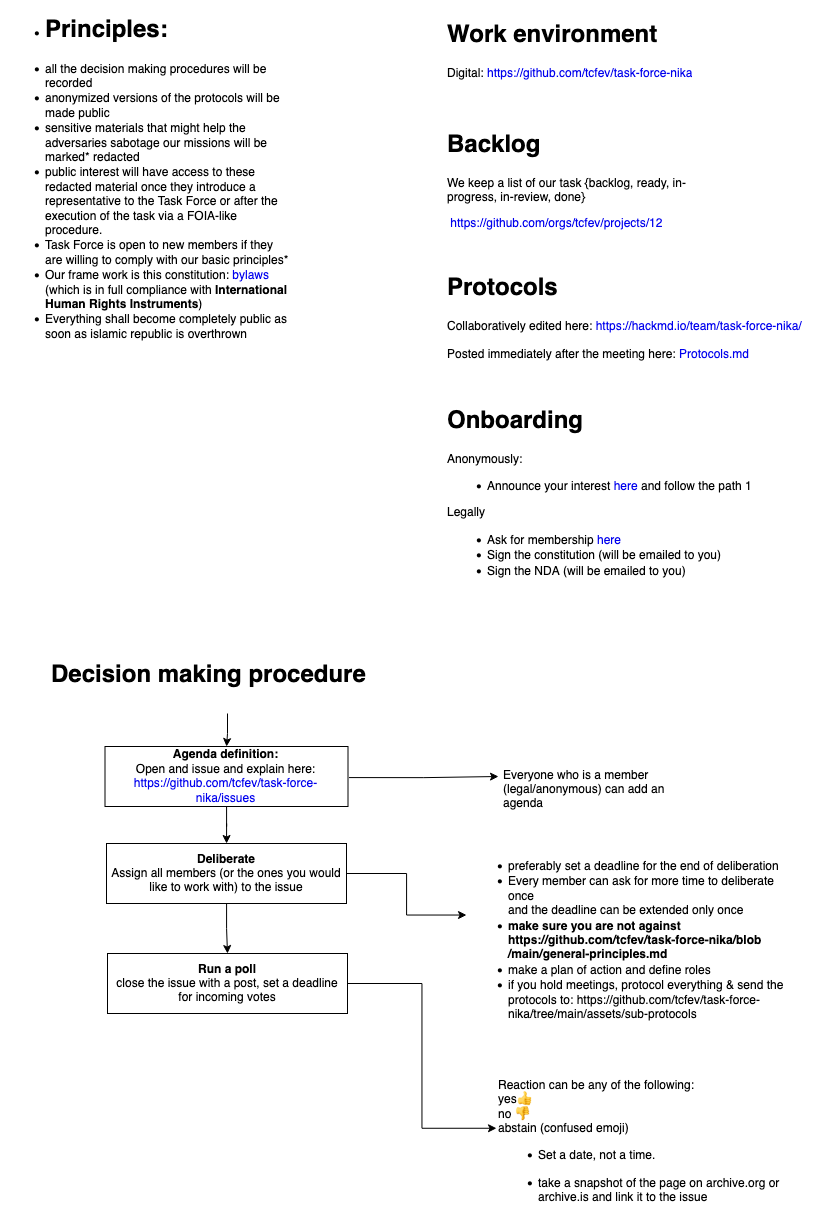
This is assets/transparency-protocol.drawio.png from tcfev/task-force-nika, a draw.io export, as it was before one commit. Source tidied: cells renumbered, new cells last; positions are measured from the earlier drawing's top-left corner, leaving out a move shared by most shapes.
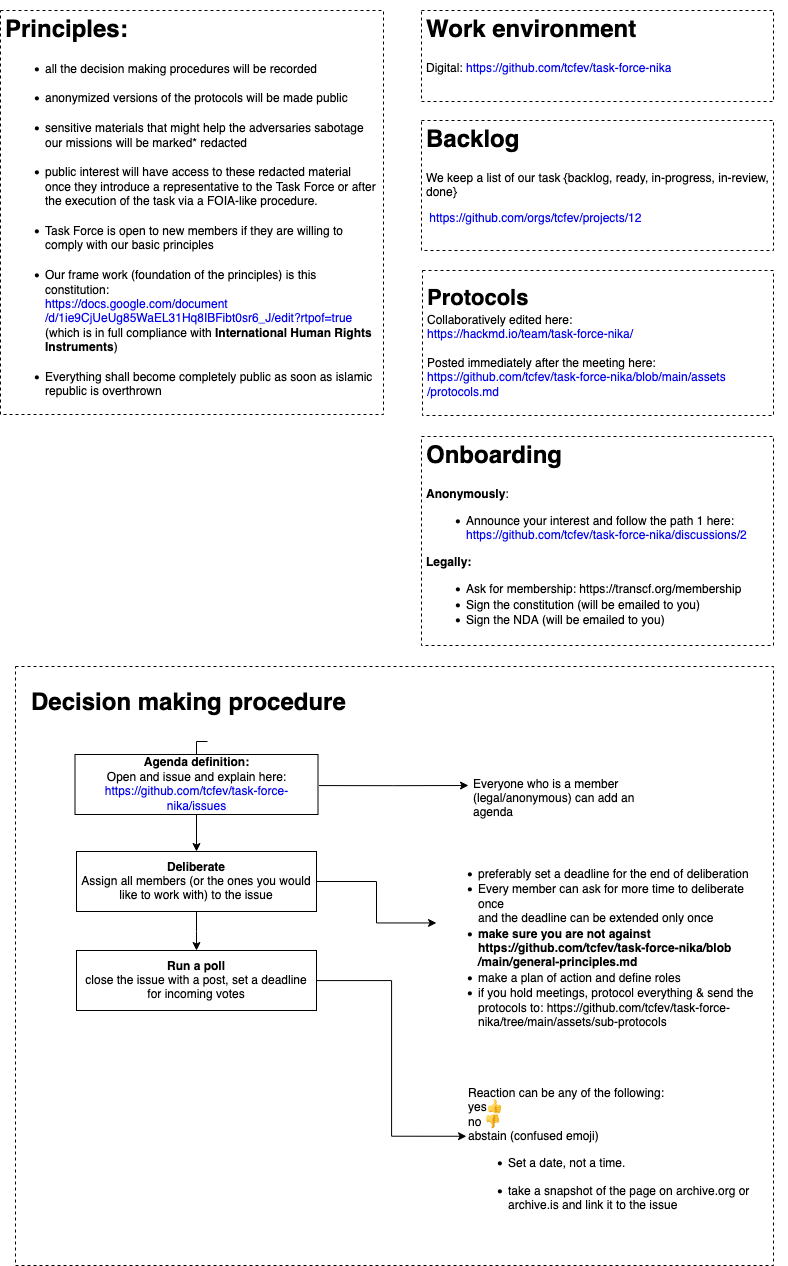
Later version of the same file.

Commit message:
transparency-protocol.drawio.png ordered blocks

The edit, as a diff of the source:
```diff
@@ -2,61 +2,67 @@
   <root>
     <mxCell id="0" />
     <mxCell id="1" parent="0" />
-    <mxCell id="2" value="&lt;ul&gt;&lt;li&gt;&lt;h1 align=&quot;justify&quot;&gt;Principles:&lt;br&gt;&lt;/h1&gt;&lt;/li&gt;&lt;li&gt;all the decision making procedures will be recorded&lt;/li&gt;&lt;li&gt;anonymized versions of the protocols will be made public&lt;/li&gt;&lt;li&gt;sensitive materials that might help the adversaries sabotage our missions will be marked* redacted&lt;/li&gt;&lt;li&gt;public interest will have access to these redacted material once they introduce a representative to the Task Force or after the execution of the task via a FOIA-like procedure. &lt;br&gt;&lt;/li&gt;&lt;li&gt;Task Force is open to new members if they are willing to comply with our basic principles*&lt;/li&gt;&lt;li&gt;Our frame work is this constitution: &lt;a href=&quot;https://docs.google.com/document/d/1ie9CjUeUg85WaEL31Hq8IBFibt0sr6_J/edit?usp=share_link&amp;amp;ouid=103873014010967953191&amp;amp;rtpof=true&amp;amp;sd=true&quot;&gt;bylaws&lt;/a&gt; (which is in full compliance with &lt;b&gt;International Human Rights Instruments&lt;/b&gt;)&lt;br&gt;&lt;/li&gt;&lt;li&gt;Everything shall become completely public as soon as islamic republic is overthrown&lt;br&gt;&lt;br&gt;&lt;/li&gt;&lt;/ul&gt;" style="text;html=1;strokeColor=none;fillColor=none;spacing=5;spacingTop=-20;whiteSpace=wrap;overflow=hidden;rounded=0;" parent="1" vertex="1">
-      <mxGeometry width="295" height="450" as="geometry" />
+    <mxCell id="2" value="&lt;h1 align=&quot;justify&quot;&gt;Principles:&lt;br&gt;&lt;/h1&gt;&lt;ul&gt;&lt;li&gt;all the decision making procedures will be recorded&lt;br&gt;&lt;br&gt;&lt;/li&gt;&lt;li&gt;anonymized versions of the protocols will be made public&lt;br&gt;&lt;br&gt;&lt;/li&gt;&lt;li&gt;sensitive materials that might help the adversaries sabotage our missions will be marked* redacted&lt;br&gt;&lt;br&gt;&lt;/li&gt;&lt;li&gt;public interest will have access to these redacted material once they introduce a representative to the Task Force or after the execution of the task via a FOIA-like procedure. &lt;br&gt;&lt;br&gt;&lt;/li&gt;&lt;li&gt;Task Force is open to new members if they are willing to comply with our basic principles&lt;br&gt;&lt;br&gt;&lt;/li&gt;&lt;li&gt;Our frame work (foundation of the principles) is this constitution:&lt;a href=&quot;https://docs.google.com/document/d/1ie9CjUeUg85WaEL31Hq8IBFibt0sr6_J/edit?rtpof=true&quot;&gt;&lt;br&gt;https://docs.google.com/document/d/1ie9CjUeUg85WaEL31Hq8IBFibt0sr6_J/edit?rtpof=true&lt;/a&gt; (which is in full compliance with &lt;b&gt;International Human Rights Instruments&lt;/b&gt;)&lt;br&gt;&lt;br&gt;&lt;/li&gt;&lt;li&gt;Everything shall become completely public as soon as islamic republic is overthrown&lt;br&gt;&lt;br&gt;&lt;/li&gt;&lt;/ul&gt;" style="text;html=1;strokeColor=default;fillColor=none;spacing=5;spacingTop=-20;whiteSpace=wrap;overflow=hidden;rounded=0;dashed=1;" parent="1" vertex="1">
+      <mxGeometry x="-2" width="383" height="404" as="geometry" />
     </mxCell>
-    <mxCell id="3" value="&lt;h1&gt;Work environment&lt;br&gt;&lt;/h1&gt;&lt;p&gt;Digital: &lt;a href=&quot;https://github.com/tcfev/task-force-nika&quot;&gt;https://github.com/tcfev/task-force-nika&lt;/a&gt;&lt;/p&gt;&lt;p&gt;&lt;br&gt;&lt;/p&gt;" style="text;html=1;strokeColor=none;fillColor=none;spacing=5;spacingTop=-20;whiteSpace=wrap;overflow=hidden;rounded=0;" parent="1" vertex="1">
-      <mxGeometry x="442" y="5" width="288" height="91" as="geometry" />
+    <mxCell id="3" value="&lt;h1&gt;Work environment&lt;br&gt;&lt;/h1&gt;&lt;p&gt;Digital: &lt;a href=&quot;https://github.com/tcfev/task-force-nika&quot;&gt;https://github.com/tcfev/task-force-nika&lt;/a&gt;&lt;/p&gt;&lt;p&gt;&lt;br&gt;&lt;/p&gt;" style="text;html=1;strokeColor=default;fillColor=none;spacing=5;spacingTop=-20;whiteSpace=wrap;overflow=hidden;rounded=0;dashed=1;" parent="1" vertex="1">
+      <mxGeometry x="419" width="352" height="91" as="geometry" />
     </mxCell>
-    <mxCell id="4" value="&lt;h1&gt;Backlog&lt;/h1&gt;&lt;div&gt;We keep a list of our task {backlog, ready, in-progress, in-review, done}&lt;br&gt;&lt;/div&gt;&lt;p&gt;&amp;nbsp;&lt;a href=&quot;https://github.com/tcfev/task-force-nika&quot;&gt;https://github.com/orgs/tcfev/projects/12&lt;/a&gt;&lt;/p&gt;&lt;p&gt;&lt;br&gt;&lt;/p&gt;" style="text;html=1;strokeColor=none;fillColor=none;spacing=5;spacingTop=-20;whiteSpace=wrap;overflow=hidden;rounded=0;" parent="1" vertex="1">
-      <mxGeometry x="442" y="115" width="288" height="130" as="geometry" />
+    <mxCell id="4" value="&lt;h1&gt;Backlog&lt;/h1&gt;&lt;div&gt;We keep a list of our task {backlog, ready, in-progress, in-review, done}&lt;br&gt;&lt;/div&gt;&lt;p&gt;&amp;nbsp;&lt;a href=&quot;https://github.com/tcfev/task-force-nika&quot;&gt;https://github.com/orgs/tcfev/projects/12&lt;/a&gt;&lt;/p&gt;&lt;p&gt;&lt;br&gt;&lt;/p&gt;" style="text;html=1;strokeColor=default;fillColor=none;spacing=5;spacingTop=-20;whiteSpace=wrap;overflow=hidden;rounded=0;dashed=1;" parent="1" vertex="1">
+      <mxGeometry x="419" y="110" width="352" height="130" as="geometry" />
     </mxCell>
-    <mxCell id="5" value="&lt;h1&gt;Protocols&lt;/h1&gt;&lt;div&gt;Collaboratively edited here: &lt;a href=&quot;https://hackmd.io/team/task-force-nika/&quot;&gt;https://hackmd.io/team/task-force-nika/&lt;/a&gt;&lt;br&gt;&lt;/div&gt;&lt;div&gt;&lt;br&gt;&lt;/div&gt;&lt;div&gt;Posted immediately after the meeting here: &lt;a href=&quot;https://github.com/tcfev/task-force-nika/blob/main/assets/protocols.md&quot;&gt;Protocols.md&lt;/a&gt;&lt;/div&gt;&lt;p&gt;&lt;br&gt;&lt;/p&gt;&lt;div&gt;&lt;br&gt;&lt;/div&gt;&lt;div&gt;&lt;br&gt;&lt;/div&gt;" style="text;html=1;strokeColor=none;fillColor=none;spacing=5;spacingTop=-20;whiteSpace=wrap;overflow=hidden;rounded=0;" parent="1" vertex="1">
-      <mxGeometry x="442" y="258" width="384" height="120" as="geometry" />
-    </mxCell>
-    <mxCell id="6" value="&lt;h1&gt;Onboarding&lt;/h1&gt;Anonymously:&lt;br&gt;&lt;ul&gt;&lt;li&gt;Announce your interest &lt;a href=&quot;https://github.com/tcfev/task-force-nika/discussions/2&quot;&gt;here&lt;/a&gt; and follow the path 1&lt;/li&gt;&lt;/ul&gt;Legally&lt;br&gt;&lt;ul&gt;&lt;li&gt;Ask for membership &lt;a href=&quot;https://transcf.org/membership&quot;&gt;here &lt;br&gt;&lt;/a&gt;&lt;/li&gt;&lt;li&gt;Sign the constitution (will be emailed to you)&lt;/li&gt;&lt;li&gt;Sign the NDA (will be emailed to you)&lt;br&gt;&lt;/li&gt;&lt;/ul&gt;" style="text;html=1;strokeColor=none;fillColor=none;spacing=5;spacingTop=-20;whiteSpace=wrap;overflow=hidden;rounded=0;" parent="1" vertex="1">
-      <mxGeometry x="442" y="391" width="352" height="226" as="geometry" />
+    <mxCell id="6" value="&lt;h1&gt;Onboarding&lt;/h1&gt;&lt;b&gt;Anonymously&lt;/b&gt;:&lt;br&gt;&lt;ul&gt;&lt;li&gt;Announce your interest and follow the path 1 here: &lt;a href=&quot;https://github.com/tcfev/task-force-nika/discussions/2&quot;&gt;https://github.com/tcfev/task-force-nika/discussions/2&lt;/a&gt;&lt;/li&gt;&lt;/ul&gt;&lt;b&gt;Legally:&lt;/b&gt;&lt;br&gt;&lt;ul&gt;&lt;li&gt;Ask for membership: &lt;a href=&quot;https://transcf.org/membership&quot;&gt;&lt;/a&gt;&lt;a&gt;https://transcf.org/membership&lt;/a&gt;&lt;br&gt;&lt;/li&gt;&lt;li&gt;Sign the constitution (will be emailed to you)&lt;/li&gt;&lt;li&gt;Sign the NDA (will be emailed to you)&lt;br&gt;&lt;/li&gt;&lt;/ul&gt;" style="text;html=1;strokeColor=default;fillColor=none;spacing=5;spacingTop=-20;whiteSpace=wrap;overflow=hidden;rounded=0;dashed=1;" parent="1" vertex="1">
+      <mxGeometry x="419" y="426" width="352" height="209" as="geometry" />
     </mxCell>
-    <mxCell id="7" style="edgeStyle=orthogonalEdgeStyle;rounded=0;jettySize=auto;html=1;" parent="1" edge="1" source="8" target="11">
-      <mxGeometry relative="1" as="geometry" />
-    </mxCell>
+    <mxCell id="20" value="&lt;div&gt;&lt;font size=&quot;1&quot;&gt;&lt;b style=&quot;font-size: 22px;&quot;&gt;&lt;br&gt;&lt;/b&gt;&lt;/font&gt;&lt;/div&gt;&lt;div&gt;&lt;font size=&quot;1&quot;&gt;&lt;b style=&quot;font-size: 22px;&quot;&gt;Protocols&lt;/b&gt;&lt;/font&gt; &lt;/div&gt;&lt;div&gt;Collaboratively edited here: &lt;br&gt;&lt;/div&gt;&lt;div&gt;&lt;a href=&quot;https://hackmd.io/team/task-force-nika/&quot;&gt;https://hackmd.io/team/task-force-nika/&amp;nbsp; &lt;br&gt;&lt;/a&gt;&lt;/div&gt;&lt;div&gt;&lt;br&gt;&lt;/div&gt;&lt;div&gt;Posted immediately after the meeting here:&lt;/div&gt;&lt;div&gt;&lt;a href=&quot;https://github.com/tcfev/task-force-nika/blob/main/assets/protocols.md&quot;&gt;https://github.com/tcfev/task-force-nika/blob/main/assets/protocols.md&lt;/a&gt;&lt;br&gt;&lt;/div&gt;" style="text;html=1;strokeColor=default;fillColor=none;spacing=5;spacingTop=-20;whiteSpace=wrap;overflow=hidden;rounded=0;dashed=1;" parent="1" vertex="1">
+      <mxGeometry x="420" y="260" width="351" height="145" as="geometry" />
+    </mxCell>
+    <mxCell id="21" style="group;" parent="1" vertex="1">
+      <mxGeometry x="6" y="656" width="779" height="599" as="geometry" />
+    </mxCell>
+    <mxCell id="22" style="rounded=0;whiteSpace=wrap;html=1;dashed=1;strokeColor=default;fontSize=22;fillColor=none;" parent="21" vertex="1">
+      <mxGeometry x="7" width="758" height="599" as="geometry" />
+    </mxCell>
-    <mxCell id="8" value="&lt;h1&gt;Decision making procedure&lt;br&gt;&lt;/h1&gt;&lt;p&gt;&lt;br&gt;&lt;/p&gt;" style="text;html=1;strokeColor=none;fillColor=none;spacing=5;spacingTop=-20;whiteSpace=wrap;overflow=hidden;rounded=0;" parent="1" vertex="1">
-      <mxGeometry x="46" y="645" width="362" height="58" as="geometry" />
+    <mxCell id="8" value="&lt;h1&gt;Decision making procedure&lt;br&gt;&lt;/h1&gt;&lt;p&gt;&lt;br&gt;&lt;/p&gt;" style="text;html=1;strokeColor=none;fillColor=none;spacing=5;spacingTop=-20;whiteSpace=wrap;overflow=hidden;rounded=0;" parent="21" vertex="1">
+      <mxGeometry x="18" y="17" width="362" height="58" as="geometry" />
     </mxCell>
-    <mxCell id="9" style="edgeStyle=orthogonalEdgeStyle;rounded=0;jettySize=auto;html=1;" parent="1" edge="1" source="11" target="14">
-      <mxGeometry relative="1" as="geometry" />
-    </mxCell>
-    <mxCell id="10" style="edgeStyle=orthogonalEdgeStyle;rounded=0;jettySize=auto;html=1;entryX=0;entryY=0.5;entryDx=0;entryDy=0;" parent="1" edge="1" target="15">
+    <mxCell id="10" style="edgeStyle=orthogonalEdgeStyle;rounded=0;jettySize=auto;html=1;entryX=0;entryY=0.5;entryDx=0;entryDy=0;" parent="21" edge="1" target="15">
       <mxGeometry relative="1" as="geometry">
-        <mxPoint x="348.5" y="767.1" as="sourcePoint" />
+        <mxPoint x="310.5" y="119.1" as="sourcePoint" />
       </mxGeometry>
     </mxCell>
-    <mxCell id="11" value="&lt;b&gt;Agenda definition: &lt;/b&gt;&lt;br&gt;Open and issue and explain here:&lt;br&gt;&lt;a href=&quot;https://github.com/tcfev/task-force-nika/issues&quot;&gt;https://github.com/tcfev/task-force-nika/issues&lt;/a&gt;" style="whiteSpace=wrap;html=1;" parent="1" vertex="1">
-      <mxGeometry x="104.5" y="736" width="243" height="60" as="geometry" />
+    <mxCell id="11" value="&lt;b&gt;Agenda definition: &lt;/b&gt;&lt;br&gt;Open and issue and explain here:&lt;br&gt;&lt;a href=&quot;https://github.com/tcfev/task-force-nika/issues&quot;&gt;https://github.com/tcfev/task-force-nika/issues&lt;/a&gt;" style="whiteSpace=wrap;html=1;" parent="21" vertex="1">
+      <mxGeometry x="66.5" y="88" width="243" height="60" as="geometry" />
     </mxCell>
+    <mxCell id="7" style="edgeStyle=orthogonalEdgeStyle;rounded=0;jettySize=auto;html=1;exitX=0.5;exitY=1;exitDx=0;exitDy=0;entryX=0.5;entryY=0;entryDx=0;entryDy=0;fontSize=22;endArrow=none;endFill=0;" parent="21" edge="1" source="8" target="11">
+      <mxGeometry relative="1" as="geometry" />
+    </mxCell>
+    <mxCell id="14" value="&lt;b&gt;Deliberate &lt;/b&gt;&lt;br&gt;Assign all members (or the ones you would like to work with) to the issue" style="whiteSpace=wrap;html=1;" parent="21" vertex="1">
+      <mxGeometry x="68" y="185" width="240" height="60" as="geometry" />
+    </mxCell>
+    <mxCell id="9" style="edgeStyle=orthogonalEdgeStyle;rounded=0;jettySize=auto;html=1;" parent="21" edge="1" source="11" target="14">
+      <mxGeometry relative="1" as="geometry" />
+    </mxCell>
+    <mxCell id="15" value="&lt;h1&gt;&lt;br&gt;&lt;/h1&gt;&lt;p&gt;Everyone who is a member (legal/anonymous) can add an agenda&lt;/p&gt;&lt;p&gt;&lt;br&gt;&lt;/p&gt;" style="text;html=1;strokeColor=none;fillColor=none;spacing=5;spacingTop=-20;whiteSpace=wrap;overflow=hidden;rounded=0;" parent="21" vertex="1">
+      <mxGeometry x="460" y="59.5" width="190" height="119" as="geometry" />
+    </mxCell>
+    <mxCell id="17" value="&lt;div&gt;&lt;b&gt;Run a poll&lt;br&gt;&lt;/b&gt;&lt;/div&gt;&lt;div&gt;close the issue with a post, set a deadline for incoming votes&lt;br&gt;&lt;/div&gt;" style="whiteSpace=wrap;html=1;" parent="21" vertex="1">
+      <mxGeometry x="68" y="284" width="240" height="60" as="geometry" />
+    </mxCell>
+    <mxCell id="13" style="edgeStyle=orthogonalEdgeStyle;rounded=0;jettySize=auto;html=1;entryX=0.5;entryY=0;entryDx=0;entryDy=0;" parent="21" edge="1" source="14" target="17">
+      <mxGeometry relative="1" as="geometry" />
+    </mxCell>
+    <mxCell id="18" value="&lt;h1&gt;&lt;br&gt;&lt;/h1&gt;&lt;ul&gt;&lt;li&gt;preferably set a deadline for the end of deliberation&lt;/li&gt;&lt;li&gt;Every member can ask for more time to deliberate once&lt;br&gt;&lt;div&gt;and the deadline can be extended only once&lt;/div&gt;&lt;/li&gt;&lt;li&gt;&lt;b&gt;make sure you are not against https://github.com/tcfev/task-force-nika/blob/main/general-principles.md&lt;/b&gt;&lt;br&gt;&lt;/li&gt;&lt;li&gt;make a plan of action and define roles&lt;/li&gt;&lt;li&gt;if you hold meetings, protocol everything &amp;amp; send the protocols to:&lt;a href=&quot;https://github.com/tcfev/task-force-nika/tree/main/assets/sub-protocols&quot;&gt; &lt;/a&gt;&lt;a&gt;https://github.com/tcfev/task-force-nika/tree/main/assets/sub-protocols&lt;/a&gt;&lt;br&gt;&lt;/li&gt;&lt;/ul&gt;" style="text;html=1;strokeColor=none;fillColor=none;align=left;verticalAlign=middle;whiteSpace=wrap;rounded=0;" parent="21" vertex="1">
+      <mxGeometry x="428" y="158" width="321" height="197" as="geometry" />
+    </mxCell>
-    <mxCell id="12" style="edgeStyle=orthogonalEdgeStyle;rounded=0;jettySize=auto;html=1;" parent="1" edge="1" source="14" target="18">
+    <mxCell id="12" style="edgeStyle=orthogonalEdgeStyle;rounded=0;jettySize=auto;html=1;" parent="21" edge="1" source="14" target="18">
       <mxGeometry relative="1" as="geometry" />
     </mxCell>
-    <mxCell id="13" style="edgeStyle=orthogonalEdgeStyle;rounded=0;jettySize=auto;html=1;entryX=0.5;entryY=0;entryDx=0;entryDy=0;" parent="1" edge="1" source="14" target="17">
-      <mxGeometry relative="1" as="geometry" />
-    </mxCell>
-    <mxCell id="14" value="&lt;b&gt;Deliberate &lt;/b&gt;&lt;br&gt;Assign all members (or the ones you would like to work with) to the issue" style="whiteSpace=wrap;html=1;" parent="1" vertex="1">
-      <mxGeometry x="106" y="833" width="240" height="60" as="geometry" />
-    </mxCell>
-    <mxCell id="15" value="&lt;h1&gt;&lt;br&gt;&lt;/h1&gt;&lt;p&gt;Everyone who is a member (legal/anonymous) can add an agenda&lt;/p&gt;&lt;p&gt;&lt;br&gt;&lt;/p&gt;" style="text;html=1;strokeColor=none;fillColor=none;spacing=5;spacingTop=-20;whiteSpace=wrap;overflow=hidden;rounded=0;" parent="1" vertex="1">
-      <mxGeometry x="498" y="706.5" width="190" height="119" as="geometry" />
-    </mxCell>
+    <mxCell id="19" value="Reaction can be any of the following:&lt;br&gt;yes&lt;span&gt;👍 &lt;br&gt;&lt;/span&gt;no &lt;span&gt;👎&lt;/span&gt;&lt;b&gt;&lt;br&gt;&lt;/b&gt;&lt;div&gt;abstain (confused emoji)&lt;/div&gt;&lt;div&gt;&lt;ul&gt;&lt;li&gt;Set a date, not a time. &lt;/li&gt;&lt;/ul&gt;&lt;div&gt;&lt;ul&gt;&lt;li&gt;take a snapshot of the page on archive.org or archive.is and link it to the issue&lt;br&gt;&lt;/li&gt;&lt;/ul&gt;&lt;/div&gt;&lt;/div&gt;" style="text;html=1;strokeColor=none;fillColor=none;align=left;verticalAlign=middle;whiteSpace=wrap;rounded=0;" parent="21" vertex="1">
+      <mxGeometry x="458" y="451" width="321" height="75" as="geometry" />
+    </mxCell>
-    <mxCell id="16" style="edgeStyle=orthogonalEdgeStyle;rounded=0;jettySize=auto;html=1;entryX=0;entryY=0.25;entryDx=0;entryDy=0;" parent="1" edge="1" source="17" target="19">
+    <mxCell id="16" style="edgeStyle=orthogonalEdgeStyle;rounded=0;jettySize=auto;html=1;entryX=0;entryY=0.25;entryDx=0;entryDy=0;" parent="21" edge="1" source="17" target="19">
       <mxGeometry relative="1" as="geometry" />
     </mxCell>
-    <mxCell id="17" value="&lt;div&gt;&lt;b&gt;Run a poll&lt;br&gt;&lt;/b&gt;&lt;/div&gt;&lt;div&gt;close the issue with a post, set a deadline for incoming votes&lt;br&gt;&lt;/div&gt;" style="whiteSpace=wrap;html=1;" parent="1" vertex="1">
-      <mxGeometry x="107" y="943" width="240" height="60" as="geometry" />
-    </mxCell>
-    <mxCell id="18" value="&lt;h1&gt;&lt;br&gt;&lt;/h1&gt;&lt;ul&gt;&lt;li&gt;preferably set a deadline for the end of deliberation&lt;/li&gt;&lt;li&gt;Every member can ask for more time to deliberate once&lt;br&gt;&lt;div&gt;and the deadline can be extended only once&lt;/div&gt;&lt;/li&gt;&lt;li&gt;&lt;b&gt;make sure you are not against https://github.com/tcfev/task-force-nika/blob/main/general-principles.md&lt;/b&gt;&lt;br&gt;&lt;/li&gt;&lt;li&gt;make a plan of action and define roles&lt;/li&gt;&lt;li&gt;if you hold meetings, protocol everything &amp;amp; send the protocols to:&lt;a href=&quot;https://github.com/tcfev/task-force-nika/tree/main/assets/sub-protocols&quot;&gt; &lt;/a&gt;&lt;a&gt;https://github.com/tcfev/task-force-nika/tree/main/assets/sub-protocols&lt;/a&gt;&lt;br&gt;&lt;/li&gt;&lt;/ul&gt;" style="text;html=1;strokeColor=none;fillColor=none;align=left;verticalAlign=middle;whiteSpace=wrap;rounded=0;" parent="1" vertex="1">
-      <mxGeometry x="466" y="806" width="321" height="197" as="geometry" />
-    </mxCell>
-    <mxCell id="19" value="Reaction can be any of the following:&lt;br&gt;yes&lt;span&gt;👍 &lt;br&gt;&lt;/span&gt;no &lt;span&gt;👎&lt;/span&gt;&lt;b&gt;&lt;br&gt;&lt;/b&gt;&lt;div&gt;abstain (confused emoji)&lt;/div&gt;&lt;div&gt;&lt;ul&gt;&lt;li&gt;Set a date, not a time. &lt;/li&gt;&lt;/ul&gt;&lt;div&gt;&lt;ul&gt;&lt;li&gt;take a snapshot of the page on archive.org or archive.is and link it to the issue&lt;br&gt;&lt;/li&gt;&lt;/ul&gt;&lt;/div&gt;&lt;/div&gt;" style="text;html=1;strokeColor=none;fillColor=none;align=left;verticalAlign=middle;whiteSpace=wrap;rounded=0;" parent="1" vertex="1">
-      <mxGeometry x="496" y="1099" width="321" height="75" as="geometry" />
-    </mxCell>
   </root>
 </mxGraphModel>
```
